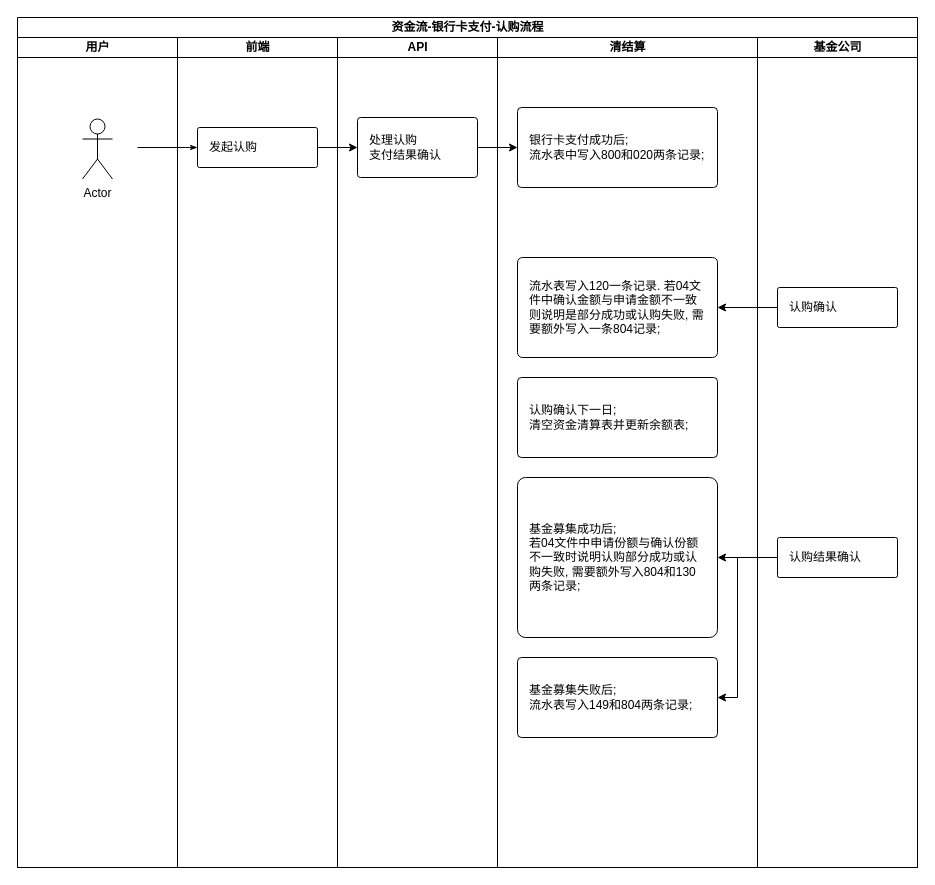
Earlier version of the draw.io diagram page "认购-银行卡支付" (1 of 8) of 2.drawio (xieyx/flow). Source tidied: cells renumbered, new cells numbered last; positions are measured from the earlier drawing's top-left corner, leaving out a move shared by most shapes. Both pictures are drawn from the tidied source at 100%, with x=0, y=0 at pixel (17, 17).
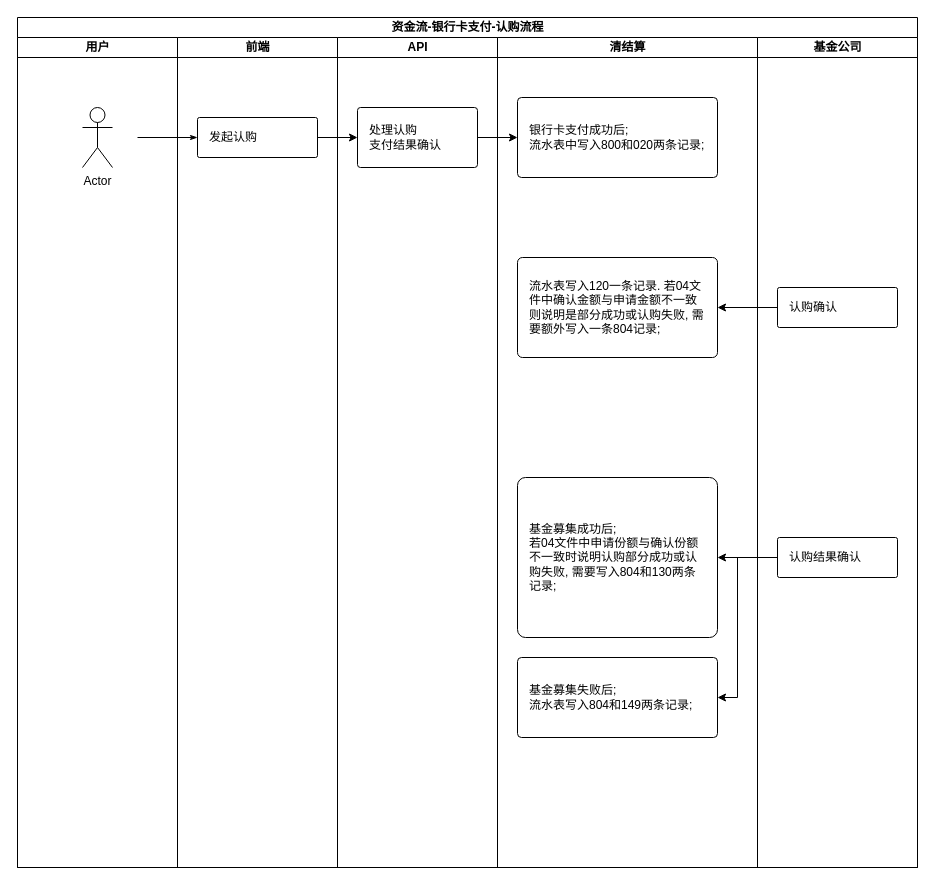
Above is the later version.

The change refers to these unchanged cells:
```xml
<mxCell id="2" value="资金流-银行卡支付-认购流程" style="swimlane;html=1;startSize=20;rounded=0;shadow=0;labelBackgroundColor=none;strokeWidth=1;fontFamily=Helvetica;fontSize=12;align=center;" parent="1" vertex="1">
  <mxGeometry width="900" height="850" as="geometry" />
</mxCell>
<mxCell id="3" value="用户" style="swimlane;html=1;startSize=20;fontFamily=Helvetica;fontSize=12;" parent="2" vertex="1">
  <mxGeometry y="20" width="160" height="830" as="geometry" />
</mxCell>
<mxCell id="5" value="前端" style="swimlane;html=1;startSize=20;fontFamily=Helvetica;fontSize=12;" parent="2" vertex="1">
  <mxGeometry x="160" y="20" width="160" height="830" as="geometry" />
</mxCell>
<mxCell id="7" value="API" style="swimlane;html=1;startSize=20;fontFamily=Helvetica;fontSize=12;" parent="2" vertex="1">
  <mxGeometry x="320" y="20" width="160" height="830" as="geometry" />
</mxCell>
<mxCell id="11" value="清结算" style="swimlane;html=1;startSize=20;fontFamily=Helvetica;fontSize=12;" parent="2" vertex="1">
  <mxGeometry x="480" y="20" width="260" height="830" as="geometry" />
</mxCell>
```

Diff of the diagram source:
```diff
@@
     <mxCell id="4" value="Actor" style="shape=umlActor;verticalLabelPosition=bottom;verticalAlign=top;html=1;fontFamily=Helvetica;fontSize=12;" parent="3" vertex="1">
-      <mxGeometry x="65" y="81.5" width="30" height="60" as="geometry" />
+      <mxGeometry x="65" y="70" width="30" height="60" as="geometry" />
     </mxCell>
@@
     <mxCell id="6" value="发起认购" style="rounded=1;whiteSpace=wrap;html=1;align=left;spacingLeft=2;spacingRight=2;spacing=10;arcSize=5;fontFamily=Helvetica;fontSize=12;" parent="5" vertex="1">
-      <mxGeometry x="20" y="90" width="120" height="40" as="geometry" />
+      <mxGeometry x="20" y="80" width="120" height="40" as="geometry" />
     </mxCell>
@@
     <mxCell id="8" value="处理认购&lt;br style=&quot;font-size: 12px;&quot;&gt;支付结果确认&lt;br style=&quot;font-size: 12px;&quot;&gt;" style="rounded=1;whiteSpace=wrap;html=1;align=left;spacingLeft=2;spacingRight=2;spacing=10;arcSize=5;fontFamily=Helvetica;fontSize=12;" parent="7" vertex="1">
-      <mxGeometry x="20" y="80" width="120" height="60" as="geometry" />
+      <mxGeometry x="20" y="70" width="120" height="60" as="geometry" />
     </mxCell>
     <mxCell id="9" style="edgeStyle=orthogonalEdgeStyle;rounded=1;html=1;labelBackgroundColor=none;startArrow=none;startFill=0;startSize=5;endArrow=classicThin;endFill=1;endSize=5;jettySize=auto;strokeWidth=1;fontFamily=Helvetica;fontSize=12;entryX=0;entryY=0.5;entryDx=0;entryDy=0;" parent="2" edge="1" target="6">
       <mxGeometry relative="1" as="geometry">
-        <mxPoint x="120" y="130" as="sourcePoint" />
+        <mxPoint x="120" y="120" as="sourcePoint" />
         <Array as="points">
-          <mxPoint x="170" y="130" />
-          <mxPoint x="170" y="130" />
+          <mxPoint x="120" y="120" />
         </Array>
       </mxGeometry>
     </mxCell>
@@
     <mxCell id="12" value="银行卡支付成功后&lt;span style=&quot;font-size: 12px;&quot;&gt;;&lt;/span&gt;&lt;br style=&quot;font-size: 12px;&quot;&gt;流水表中写入800和020两条记录&lt;span style=&quot;font-size: 12px;&quot;&gt;;&lt;/span&gt;" style="rounded=1;whiteSpace=wrap;html=1;align=left;spacingLeft=2;spacingRight=2;spacing=10;arcSize=5;fontFamily=Helvetica;fontSize=12;" parent="11" vertex="1">
-      <mxGeometry x="20" y="70" width="200" height="80" as="geometry" />
+      <mxGeometry x="20" y="60" width="200" height="80" as="geometry" />
     </mxCell>
@@
-    <mxCell id="14" value="基金募集成功后&lt;span style=&quot;font-size: 12px&quot;&gt;;&lt;/span&gt;&lt;br style=&quot;font-size: 12px&quot;&gt;若04文件中申请份额与确认份额不一致时说明认购部分成功或认购失败&lt;span style=&quot;font-size: 12px&quot;&gt;,&amp;nbsp;&lt;/span&gt;&lt;span style=&quot;font-size: 12px&quot;&gt;需要额外写入804和130两条记录&lt;/span&gt;&lt;span style=&quot;font-size: 12px&quot;&gt;;&lt;/span&gt;" style="rounded=1;whiteSpace=wrap;html=1;align=left;spacingLeft=2;spacingRight=2;spacing=10;arcSize=5;fontFamily=Helvetica;fontSize=12;" parent="11" vertex="1">
+    <mxCell id="14" value="基金募集成功后&lt;span style=&quot;font-size: 12px&quot;&gt;;&lt;/span&gt;&lt;br style=&quot;font-size: 12px&quot;&gt;若04文件中申请份额与确认份额不一致时说明认购部分成功或认购失败&lt;span style=&quot;font-size: 12px&quot;&gt;,&amp;nbsp;&lt;/span&gt;&lt;span style=&quot;font-size: 12px&quot;&gt;需要写入804和130两条记录&lt;/span&gt;&lt;span style=&quot;font-size: 12px&quot;&gt;;&lt;/span&gt;" style="rounded=1;whiteSpace=wrap;html=1;align=left;spacingLeft=2;spacingRight=2;spacing=10;arcSize=5;fontFamily=Helvetica;fontSize=12;" parent="11" vertex="1">
       <mxGeometry x="20" y="440" width="200" height="160" as="geometry" />
     </mxCell>
-    <mxCell id="15" value="基金募集失败后&lt;span style=&quot;font-size: 12px;&quot;&gt;;&lt;/span&gt;&lt;br style=&quot;font-size: 12px;&quot;&gt;流水表写入149和804两条记录&lt;span style=&quot;font-size: 12px;&quot;&gt;;&lt;/span&gt;" style="rounded=1;whiteSpace=wrap;html=1;align=left;spacingLeft=2;spacingRight=2;arcSize=5;spacing=10;fontFamily=Helvetica;fontSize=12;" parent="11" vertex="1">
+    <mxCell id="15" value="基金募集失败后&lt;span style=&quot;font-size: 12px&quot;&gt;;&lt;/span&gt;&lt;br style=&quot;font-size: 12px&quot;&gt;流水表写入804和149两条记录&lt;span style=&quot;font-size: 12px&quot;&gt;;&lt;/span&gt;" style="rounded=1;whiteSpace=wrap;html=1;align=left;spacingLeft=2;spacingRight=2;arcSize=5;spacing=10;fontFamily=Helvetica;fontSize=12;" parent="11" vertex="1">
       <mxGeometry x="20" y="620" width="200" height="80" as="geometry" />
     </mxCell>
-    <mxCell id="16" value="认购确认下一日;&lt;br&gt;清空资金清算表并更新余额表;" style="rounded=1;whiteSpace=wrap;html=1;align=left;spacingLeft=2;spacingRight=2;spacing=10;arcSize=5;fontFamily=Helvetica;fontSize=12;" parent="11" vertex="1">
-      <mxGeometry x="20" y="340" width="200" height="80" as="geometry" />
-    </mxCell>
```
